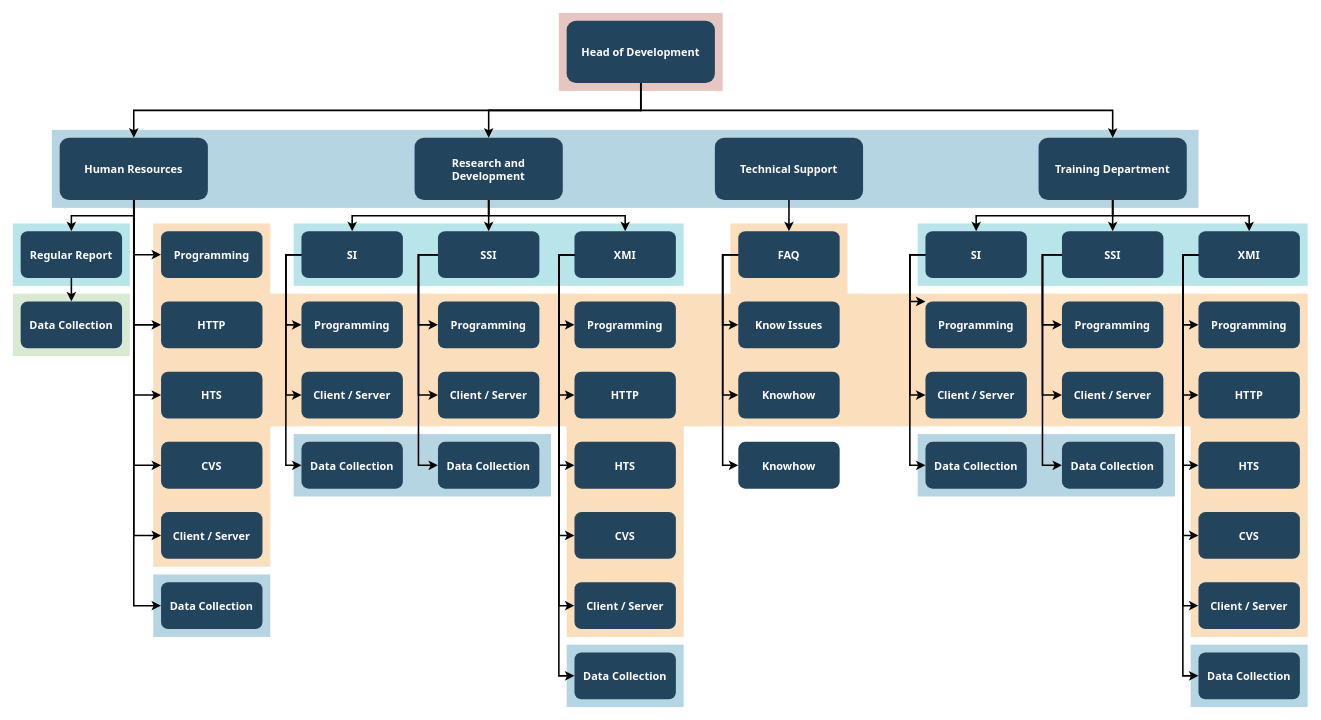
Above: ネットワーク構成図/GL-MT3000 ディレクトリマップ.drawio in virtualitypage/draw.io (draw.io), before the change. Source tidied: cells renumbered, new cells numbered last; positions are measured from the earlier drawing's top-left corner, leaving out a move shared by most shapes. Both pictures are drawn from the tidied source at 78%, with x=0, y=0 at pixel (12, 12).
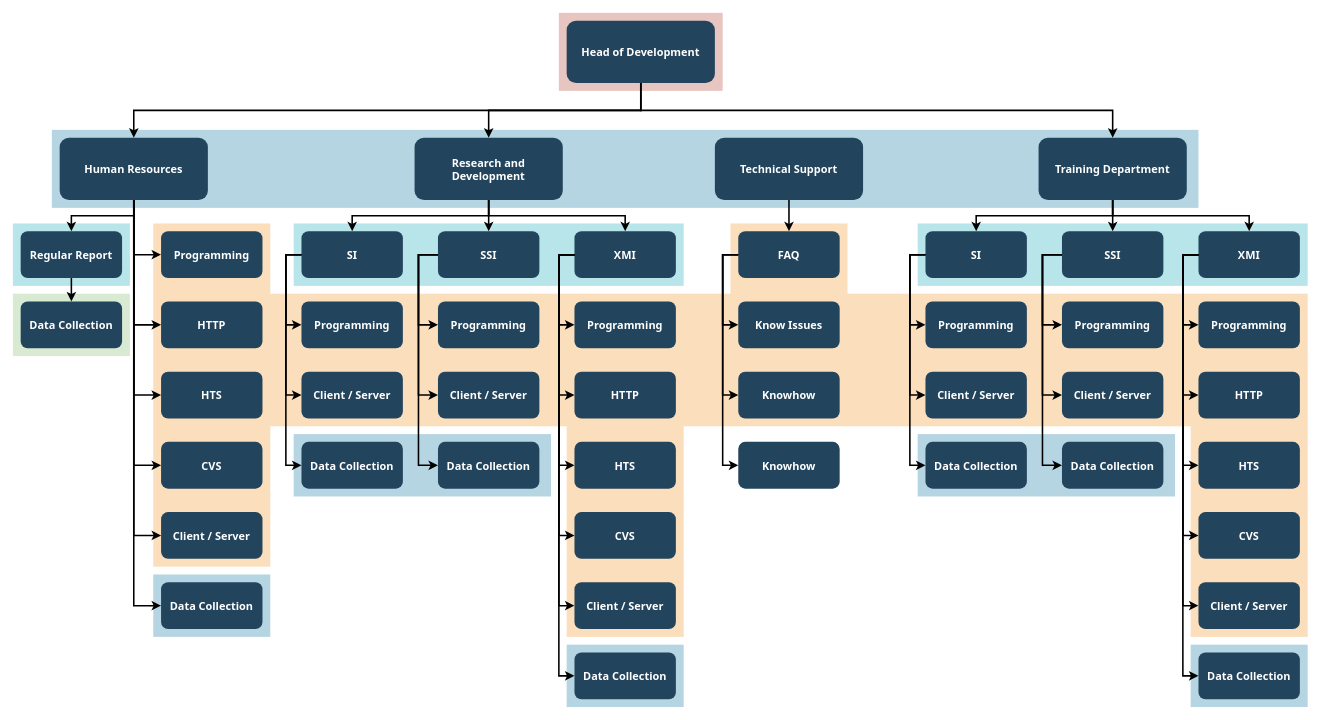
The same page after the edit.

Commit message:
GL-MT3000 ディレクトリマップ.drawio を更新

Unchanged cells that the change refers to:
```xml
<mxCell id="50" value="SI" style="rounded=1;fillColor=#23445D;gradientColor=none;strokeColor=none;fontColor=#FFFFFF;fontStyle=1;fontFamily=Tahoma;fontSize=14;" parent="1" vertex="1">
  <mxGeometry x="1170" y="280" width="130" height="60" as="geometry" />
</mxCell>
<mxCell id="51" value="Programming" style="rounded=1;fillColor=#23445D;gradientColor=none;strokeColor=none;fontColor=#FFFFFF;fontStyle=1;fontFamily=Tahoma;fontSize=14;" parent="1" vertex="1">
  <mxGeometry x="1170" y="370" width="130" height="60" as="geometry" />
</mxCell>
```

Change to the diagram source:
```diff
@@
-    <mxCell id="88" style="edgeStyle=elbowEdgeStyle;elbow=horizontal;strokeWidth=2;rounded=0;" parent="1" edge="1" source="50" target="51">
+    <mxCell id="88" style="edgeStyle=elbowEdgeStyle;elbow=horizontal;strokeWidth=2;rounded=0;entryX=0;entryY=0.5;entryDx=0;entryDy=0;" parent="1" edge="1" source="50" target="51">
       <mxGeometry x="-23" y="135.5" as="geometry">
         <Array as="points">
           <mxPoint x="1150" y="370" />
         </Array>
       </mxGeometry>
     </mxCell>
```
